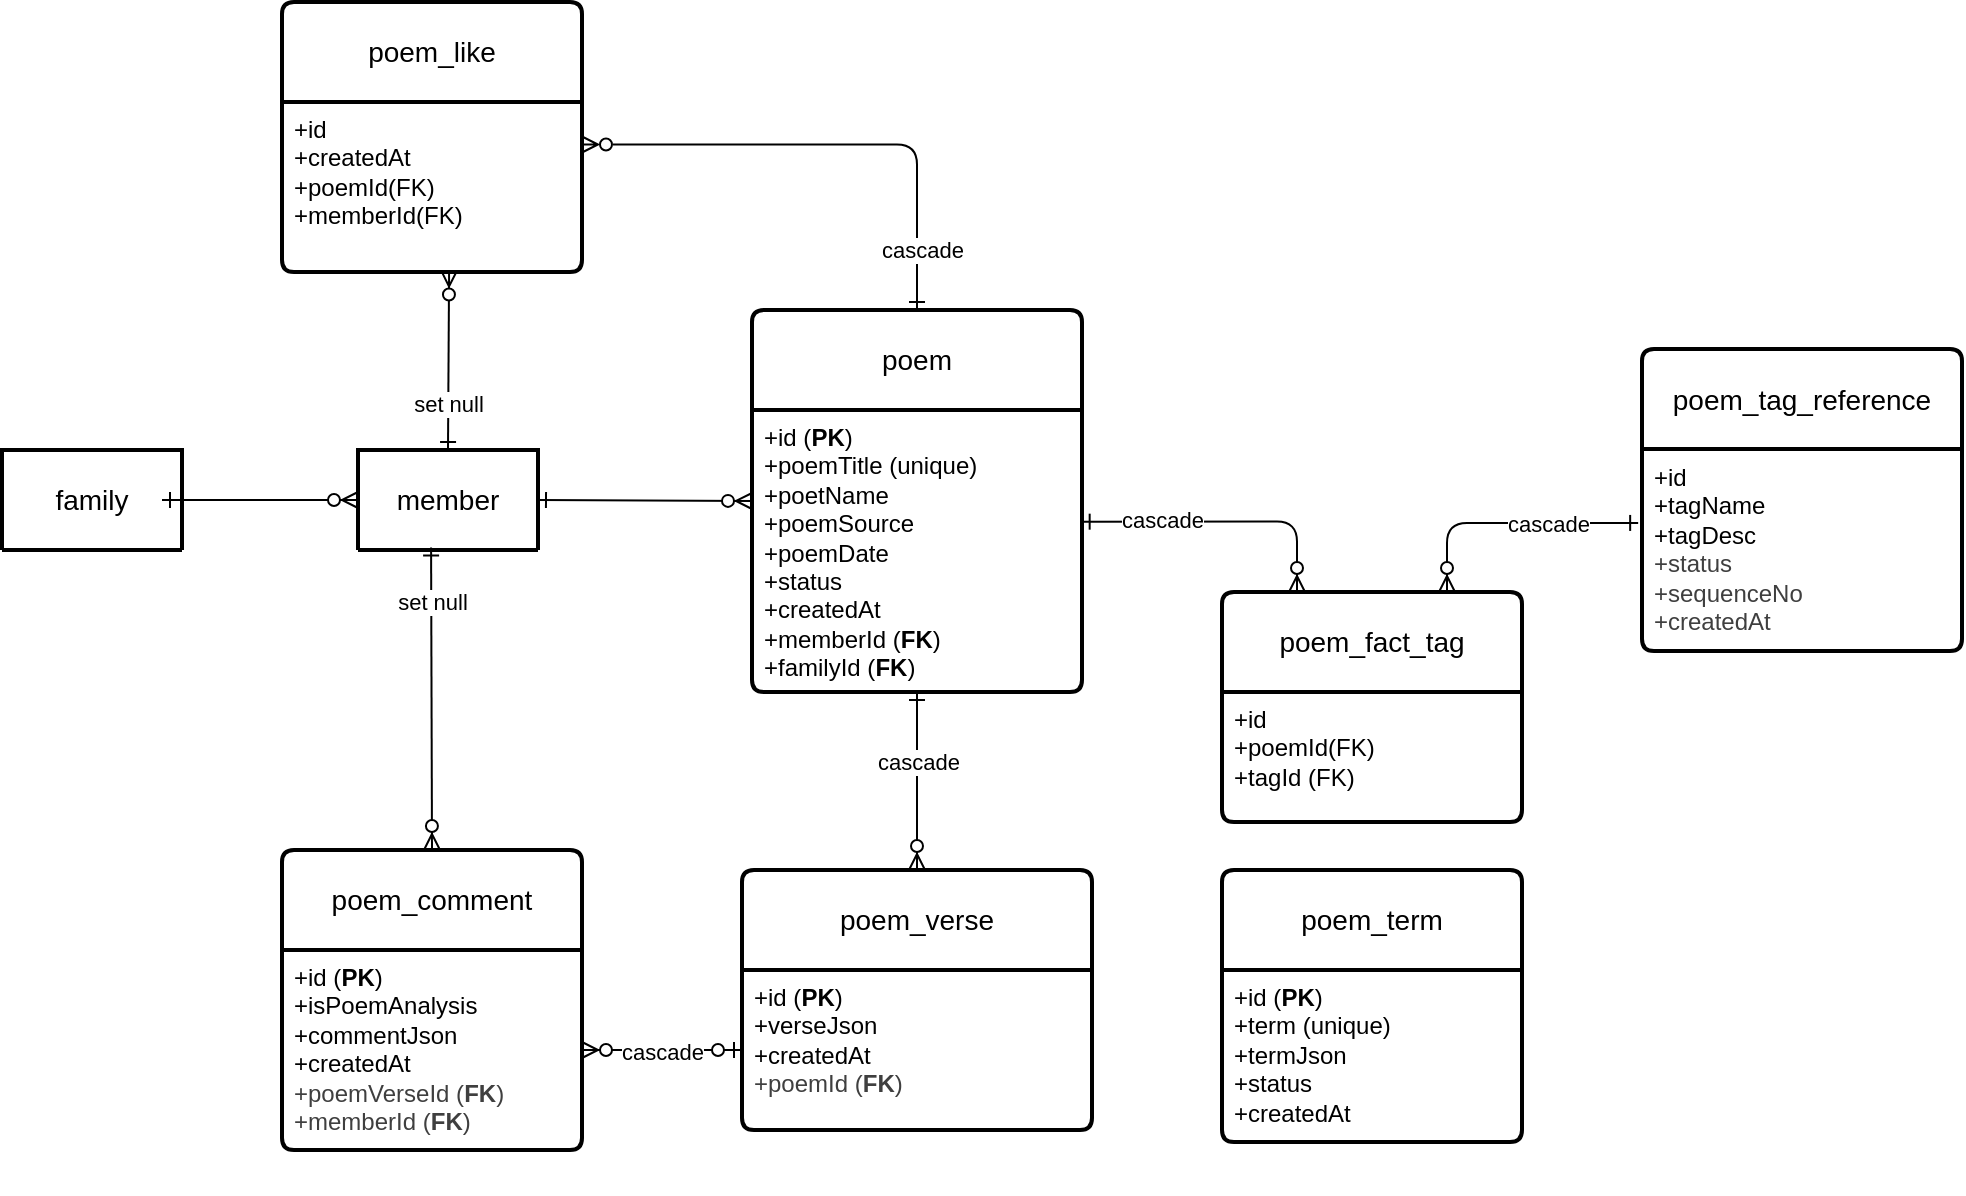
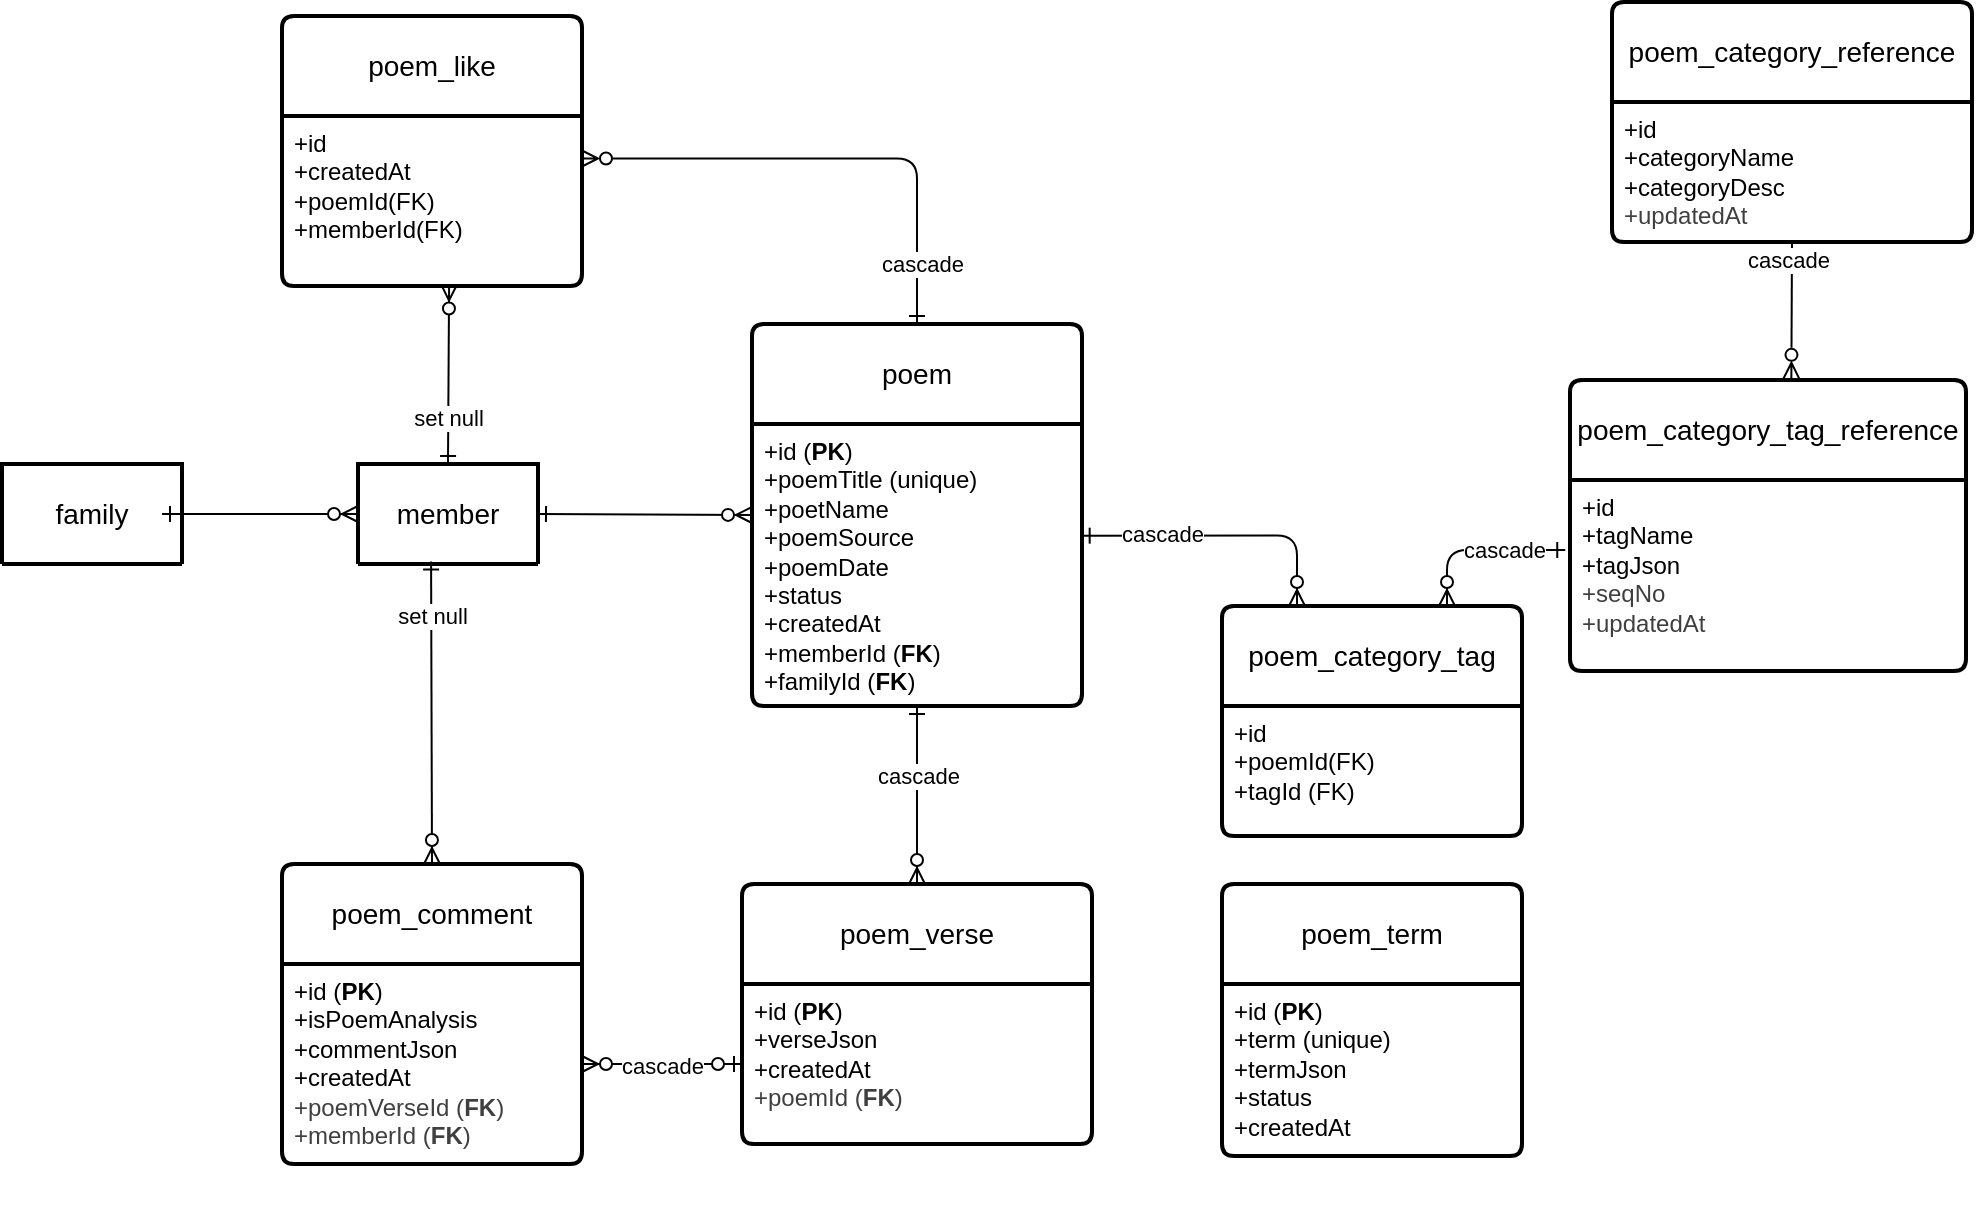
<mxfile host="65bd71144e">
-     <diagram id="bGPJBae8O-h8X3uKYG9N" name="Page-1">
-         <mxGraphModel dx="952" dy="578" grid="1" gridSize="10" guides="1" tooltips="1" connect="1" arrows="1" fold="1" page="1" pageScale="1" pageWidth="1100" pageHeight="850" math="0" shadow="0">
+     <diagram id="bGPJBae8O-h8X3uKYG9N" name="Poetry Cafe Schema">
+         <mxGraphModel dx="906" dy="459" grid="1" gridSize="6" guides="1" tooltips="1" connect="1" arrows="1" fold="1" page="1" pageScale="1" pageWidth="1100" pageHeight="850" math="0" shadow="0">
            <root>
                <mxCell id="0"/>
                <mxCell id="1" parent="0"/>
                <mxCell id="2" value="poem" style="swimlane;childLayout=stackLayout;horizontal=1;startSize=50;horizontalStack=0;rounded=1;fontSize=14;fontStyle=0;strokeWidth=2;resizeParent=0;resizeLast=1;shadow=0;dashed=0;align=center;arcSize=4;whiteSpace=wrap;html=1;" parent="1" vertex="1">
                    <mxGeometry x="475" y="284" width="165" height="191" as="geometry">
                        <mxRectangle x="475" y="280" width="150" height="50" as="alternateBounds"/>
                    </mxGeometry>
                </mxCell>
                <mxCell id="3" value="+id (&lt;b&gt;PK&lt;/b&gt;)&lt;br&gt;&lt;div&gt;+poemTitle (unique)&lt;/div&gt;&lt;div&gt;+poetName&lt;/div&gt;&lt;div&gt;+poemSource&lt;/div&gt;&lt;div&gt;+poemDate&lt;/div&gt;&lt;div&gt;+status&lt;/div&gt;&lt;div&gt;&lt;span style=&quot;color: rgb(0, 0, 0);&quot;&gt;+createdAt&lt;/span&gt;&lt;br style=&quot;color: rgb(63, 63, 63); scrollbar-color: rgb(226, 226, 226) rgb(251, 251, 251);&quot;&gt;&lt;/div&gt;&lt;div&gt;&lt;span style=&quot;color: rgb(0, 0, 0);&quot;&gt;+memberId (&lt;b&gt;FK&lt;/b&gt;)&lt;/span&gt;&lt;/div&gt;&lt;div&gt;&lt;span style=&quot;color: rgb(0, 0, 0);&quot;&gt;+familyId (&lt;b&gt;FK&lt;/b&gt;)&lt;/span&gt;&lt;/div&gt;&lt;div&gt;&lt;span style=&quot;color: rgb(0, 0, 0);&quot;&gt;&lt;br&gt;&lt;/span&gt;&lt;/div&gt;" style="align=left;strokeColor=none;fillColor=none;spacingLeft=4;fontSize=12;verticalAlign=top;resizable=0;rotatable=0;part=1;html=1;" parent="2" vertex="1">
                    <mxGeometry y="50" width="165" height="141" as="geometry"/>
                </mxCell>
                <mxCell id="4" value="member" style="swimlane;childLayout=stackLayout;horizontal=1;startSize=50;horizontalStack=0;rounded=1;fontSize=14;fontStyle=0;strokeWidth=2;resizeParent=0;resizeLast=1;shadow=0;dashed=0;align=center;arcSize=4;whiteSpace=wrap;html=1;" parent="1" vertex="1" collapsed="1">
                    <mxGeometry x="278" y="354" width="90" height="50" as="geometry">
                        <mxRectangle x="290" y="280" width="160" height="120" as="alternateBounds"/>
                    </mxGeometry>
                </mxCell>
                <mxCell id="5" value="+id&lt;br&gt;+status&lt;br&gt;+familyId" style="align=left;strokeColor=none;fillColor=none;spacingLeft=4;fontSize=12;verticalAlign=top;resizable=0;rotatable=0;part=1;html=1;" parent="4" vertex="1">
                    <mxGeometry y="50" width="160" height="70" as="geometry"/>
                </mxCell>
                <mxCell id="6" value="family" style="swimlane;childLayout=stackLayout;horizontal=1;startSize=50;horizontalStack=0;rounded=1;fontSize=14;fontStyle=0;strokeWidth=2;resizeParent=0;resizeLast=1;shadow=0;dashed=0;align=center;arcSize=4;whiteSpace=wrap;html=1;" parent="1" vertex="1" collapsed="1">
                    <mxGeometry x="100" y="354" width="90" height="50" as="geometry">
                        <mxRectangle x="150" y="280" width="160" height="120" as="alternateBounds"/>
                    </mxGeometry>
                </mxCell>
                <mxCell id="7" value="+id&lt;br&gt;+status&lt;br&gt;+name" style="align=left;strokeColor=none;fillColor=none;spacingLeft=4;fontSize=12;verticalAlign=top;resizable=0;rotatable=0;part=1;html=1;" parent="6" vertex="1">
                    <mxGeometry y="50" width="160" height="70" as="geometry"/>
                </mxCell>
                <mxCell id="9" value="" style="fontSize=12;html=1;endArrow=ERzeroToMany;startArrow=ERone;exitX=1;exitY=0.5;exitDx=0;exitDy=0;entryX=0;entryY=0.5;entryDx=0;entryDy=0;startFill=0;" parent="1" source="4" target="2" edge="1">
                    <mxGeometry width="100" height="100" relative="1" as="geometry">
                        <mxPoint x="400" y="320" as="sourcePoint"/>
                        <mxPoint x="500" y="220" as="targetPoint"/>
                    </mxGeometry>
                </mxCell>
                <mxCell id="10" value="" style="fontSize=12;html=1;endArrow=ERzeroToMany;startArrow=ERone;exitX=1;exitY=0.5;exitDx=0;exitDy=0;entryX=0;entryY=0.5;entryDx=0;entryDy=0;startFill=0;" parent="1" target="4" edge="1">
                    <mxGeometry width="100" height="100" relative="1" as="geometry">
                        <mxPoint x="180" y="379" as="sourcePoint"/>
                        <mxPoint x="280" y="304.5" as="targetPoint"/>
                    </mxGeometry>
                </mxCell>
                <mxCell id="11" value="poem_verse" style="swimlane;childLayout=stackLayout;horizontal=1;startSize=50;horizontalStack=0;rounded=1;fontSize=14;fontStyle=0;strokeWidth=2;resizeParent=0;resizeLast=1;shadow=0;dashed=0;align=center;arcSize=4;whiteSpace=wrap;html=1;" parent="1" vertex="1">
                    <mxGeometry x="470" y="564" width="175" height="130" as="geometry">
                        <mxRectangle x="470" y="540" width="150" height="50" as="alternateBounds"/>
                    </mxGeometry>
                </mxCell>
                <mxCell id="12" value="+id (&lt;b&gt;PK&lt;/b&gt;)&lt;br&gt;&lt;div&gt;+verseJson&lt;/div&gt;&lt;div&gt;&lt;span style=&quot;background-color: transparent;&quot;&gt;+createdAt&lt;/span&gt;&lt;/div&gt;&lt;div&gt;&lt;div style=&quot;color: rgb(63, 63, 63); scrollbar-color: rgb(226, 226, 226) rgb(251, 251, 251);&quot;&gt;&lt;span style=&quot;color: rgb(63, 63, 63); scrollbar-color: rgb(226, 226, 226) rgb(251, 251, 251); background-color: transparent;&quot;&gt;+poemId (&lt;b style=&quot;color: rgb(63, 63, 63); scrollbar-color: rgb(226, 226, 226) rgb(251, 251, 251);&quot;&gt;FK&lt;/b&gt;)&lt;/span&gt;&lt;/div&gt;&lt;/div&gt;&lt;div&gt;&lt;span style=&quot;color: rgb(63, 63, 63); scrollbar-color: rgb(226, 226, 226) rgb(251, 251, 251); background-color: transparent;&quot;&gt;&lt;br&gt;&lt;/span&gt;&lt;/div&gt;&lt;div&gt;&lt;span style=&quot;color: rgb(0, 0, 0);&quot;&gt;&lt;br&gt;&lt;/span&gt;&lt;/div&gt;" style="align=left;strokeColor=none;fillColor=none;spacingLeft=4;fontSize=12;verticalAlign=top;resizable=0;rotatable=0;part=1;html=1;" parent="11" vertex="1">
                    <mxGeometry y="50" width="175" height="80" as="geometry"/>
                </mxCell>
                <mxCell id="13" value="" style="fontSize=12;html=1;endArrow=ERzeroToMany;startArrow=ERone;entryX=0.5;entryY=0;entryDx=0;entryDy=0;exitX=0.5;exitY=1;exitDx=0;exitDy=0;startFill=0;" parent="1" source="2" target="11" edge="1">
                    <mxGeometry width="100" height="100" relative="1" as="geometry">
                        <mxPoint x="550" y="340" as="sourcePoint"/>
                        <mxPoint x="550" y="400" as="targetPoint"/>
                    </mxGeometry>
                </mxCell>
                <mxCell id="28" value="cascade" style="edgeLabel;html=1;align=center;verticalAlign=middle;resizable=0;points=[];" parent="13" vertex="1" connectable="0">
                    <mxGeometry x="-0.0337" y="1" relative="1" as="geometry">
                        <mxPoint x="-1" y="-8" as="offset"/>
                    </mxGeometry>
                </mxCell>
                <mxCell id="14" value="poem_comment" style="swimlane;childLayout=stackLayout;horizontal=1;startSize=50;horizontalStack=0;rounded=1;fontSize=14;fontStyle=0;strokeWidth=2;resizeParent=0;resizeLast=1;shadow=0;dashed=0;align=center;arcSize=4;whiteSpace=wrap;html=1;" parent="1" vertex="1">
                    <mxGeometry x="240" y="554" width="150" height="150" as="geometry">
                        <mxRectangle x="470" y="540" width="150" height="50" as="alternateBounds"/>
                    </mxGeometry>
                </mxCell>
                <mxCell id="15" value="+id (&lt;b&gt;PK&lt;/b&gt;)&lt;div&gt;&lt;font color=&quot;#000000&quot;&gt;+isPoemAnalysis&lt;br&gt;&lt;/font&gt;&lt;div&gt;+commentJson&lt;/div&gt;&lt;div style=&quot;color: rgb(63, 63, 63); scrollbar-color: rgb(226, 226, 226) rgb(251, 251, 251);&quot;&gt;&lt;span style=&quot;scrollbar-color: rgb(226, 226, 226) rgb(251, 251, 251); color: rgb(0, 0, 0);&quot;&gt;+createdAt&lt;/span&gt;&lt;br style=&quot;scrollbar-color: rgb(226, 226, 226) rgb(251, 251, 251); color: rgb(63, 63, 63);&quot;&gt;&lt;/div&gt;&lt;div style=&quot;color: rgb(63, 63, 63); scrollbar-color: rgb(226, 226, 226) rgb(251, 251, 251);&quot;&gt;&lt;span style=&quot;background-color: transparent; color: rgb(63, 63, 63);&quot;&gt;+poemVerseId (&lt;b&gt;FK&lt;/b&gt;)&lt;/span&gt;&lt;/div&gt;&lt;div style=&quot;color: rgb(63, 63, 63); scrollbar-color: rgb(226, 226, 226) rgb(251, 251, 251);&quot;&gt;&lt;div style=&quot;color: rgb(63, 63, 63); scrollbar-color: rgb(226, 226, 226) rgb(251, 251, 251);&quot;&gt;&lt;span style=&quot;color: rgb(63, 63, 63); scrollbar-color: rgb(226, 226, 226) rgb(251, 251, 251); background-color: transparent;&quot;&gt;+memberId (&lt;b&gt;FK&lt;/b&gt;)&lt;/span&gt;&lt;/div&gt;&lt;div&gt;&lt;span style=&quot;color: rgb(63, 63, 63); scrollbar-color: rgb(226, 226, 226) rgb(251, 251, 251); background-color: transparent;&quot;&gt;&lt;br&gt;&lt;/span&gt;&lt;/div&gt;&lt;/div&gt;&lt;div&gt;&lt;br&gt;&lt;/div&gt;&lt;/div&gt;" style="align=left;strokeColor=none;fillColor=none;spacingLeft=4;fontSize=12;verticalAlign=top;resizable=0;rotatable=0;part=1;html=1;" parent="14" vertex="1">
                    <mxGeometry y="50" width="150" height="100" as="geometry"/>
                </mxCell>
                <mxCell id="16" value="" style="fontSize=12;html=1;endArrow=ERzeroToMany;startArrow=ERzeroToOne;exitX=0;exitY=0.5;exitDx=0;exitDy=0;" parent="1" source="12" target="15" edge="1">
                    <mxGeometry width="100" height="100" relative="1" as="geometry">
                        <mxPoint x="420" y="770" as="sourcePoint"/>
                        <mxPoint x="530" y="700" as="targetPoint"/>
                    </mxGeometry>
                </mxCell>
                <mxCell id="30" value="cascade" style="edgeLabel;html=1;align=center;verticalAlign=middle;resizable=0;points=[];" parent="16" vertex="1" connectable="0">
                    <mxGeometry x="0.1283" y="1" relative="1" as="geometry">
                        <mxPoint x="5" as="offset"/>
                    </mxGeometry>
                </mxCell>
                <mxCell id="17" value="" style="fontSize=12;html=1;endArrow=ERzeroToMany;startArrow=ERone;entryX=0.5;entryY=0;entryDx=0;entryDy=0;exitX=0.406;exitY=0.975;exitDx=0;exitDy=0;exitPerimeter=0;startFill=0;" parent="1" source="4" target="14" edge="1">
                    <mxGeometry width="100" height="100" relative="1" as="geometry">
                        <mxPoint x="324.5" y="404" as="sourcePoint"/>
                        <mxPoint x="325.5" y="464" as="targetPoint"/>
                    </mxGeometry>
                </mxCell>
                <mxCell id="29" value="set null" style="edgeLabel;html=1;align=center;verticalAlign=middle;resizable=0;points=[];" parent="17" vertex="1" connectable="0">
                    <mxGeometry x="-0.1372" y="1" relative="1" as="geometry">
                        <mxPoint x="-1" y="-38" as="offset"/>
                    </mxGeometry>
                </mxCell>
-                 <mxCell id="18" value="poem_tag_reference" style="swimlane;childLayout=stackLayout;horizontal=1;startSize=50;horizontalStack=0;rounded=1;fontSize=14;fontStyle=0;strokeWidth=2;resizeParent=0;resizeLast=1;shadow=0;dashed=0;align=center;arcSize=4;whiteSpace=wrap;html=1;" parent="1" vertex="1">
-                     <mxGeometry x="920" y="303.5" width="160" height="151" as="geometry"/>
+                 <mxCell id="18" value="poem_category_tag_reference" style="swimlane;childLayout=stackLayout;horizontal=1;startSize=50;horizontalStack=0;rounded=1;fontSize=14;fontStyle=0;strokeWidth=2;resizeParent=0;resizeLast=1;shadow=0;dashed=0;align=center;arcSize=4;whiteSpace=wrap;html=1;" parent="1" vertex="1">
+                     <mxGeometry x="884" y="312" width="198" height="145.5" as="geometry"/>
                </mxCell>
-                 <mxCell id="19" value="&lt;span style=&quot;color: rgb(0, 0, 0);&quot;&gt;+id&lt;/span&gt;&lt;br style=&quot;color: rgb(63, 63, 63); scrollbar-color: rgb(226, 226, 226) rgb(251, 251, 251);&quot;&gt;&lt;span style=&quot;color: rgb(0, 0, 0);&quot;&gt;+tagName&lt;/span&gt;&lt;br style=&quot;color: rgb(63, 63, 63); scrollbar-color: rgb(226, 226, 226) rgb(251, 251, 251);&quot;&gt;&lt;span style=&quot;color: rgb(0, 0, 0);&quot;&gt;+tagDesc&lt;/span&gt;&lt;div style=&quot;color: rgb(63, 63, 63); scrollbar-color: rgb(226, 226, 226) rgb(251, 251, 251);&quot;&gt;&lt;font style=&quot;scrollbar-color: rgb(226, 226, 226) rgb(251, 251, 251);&quot;&gt;+status&lt;/font&gt;&lt;/div&gt;&lt;div style=&quot;color: rgb(63, 63, 63); scrollbar-color: rgb(226, 226, 226) rgb(251, 251, 251);&quot;&gt;&lt;font style=&quot;scrollbar-color: rgb(226, 226, 226) rgb(251, 251, 251);&quot;&gt;+sequenceNo&lt;br style=&quot;color: rgb(63, 63, 63); scrollbar-color: rgb(226, 226, 226) rgb(251, 251, 251);&quot;&gt;&lt;/font&gt;&lt;div style=&quot;color: rgb(63, 63, 63); scrollbar-color: rgb(226, 226, 226) rgb(251, 251, 251);&quot;&gt;+createdAt&lt;/div&gt;&lt;/div&gt;" style="align=left;strokeColor=none;fillColor=none;spacingLeft=4;fontSize=12;verticalAlign=top;resizable=0;rotatable=0;part=1;html=1;" parent="18" vertex="1">
-                     <mxGeometry y="50" width="160" height="101" as="geometry"/>
+                 <mxCell id="19" value="&lt;span style=&quot;color: rgb(0, 0, 0);&quot;&gt;+id&lt;/span&gt;&lt;br style=&quot;color: rgb(63, 63, 63); scrollbar-color: rgb(226, 226, 226) rgb(251, 251, 251);&quot;&gt;&lt;span style=&quot;color: rgb(0, 0, 0);&quot;&gt;+tagName&lt;/span&gt;&lt;br style=&quot;color: rgb(63, 63, 63); scrollbar-color: rgb(226, 226, 226) rgb(251, 251, 251);&quot;&gt;&lt;span style=&quot;color: rgb(0, 0, 0);&quot;&gt;+tagJson&lt;/span&gt;&lt;div style=&quot;color: rgb(63, 63, 63); scrollbar-color: rgb(226, 226, 226) rgb(251, 251, 251);&quot;&gt;&lt;font style=&quot;scrollbar-color: rgb(226, 226, 226) rgb(251, 251, 251);&quot;&gt;+seqNo&lt;br style=&quot;color: rgb(63, 63, 63); scrollbar-color: rgb(226, 226, 226) rgb(251, 251, 251);&quot;&gt;&lt;/font&gt;&lt;div style=&quot;color: rgb(63, 63, 63); scrollbar-color: rgb(226, 226, 226) rgb(251, 251, 251);&quot;&gt;+updatedAt&lt;/div&gt;&lt;/div&gt;" style="align=left;strokeColor=none;fillColor=none;spacingLeft=4;fontSize=12;verticalAlign=top;resizable=0;rotatable=0;part=1;html=1;" parent="18" vertex="1">
+                     <mxGeometry y="50" width="198" height="95.5" as="geometry"/>
                </mxCell>
-                 <mxCell id="20" value="poem_fact_tag" style="swimlane;childLayout=stackLayout;horizontal=1;startSize=50;horizontalStack=0;rounded=1;fontSize=14;fontStyle=0;strokeWidth=2;resizeParent=0;resizeLast=1;shadow=0;dashed=0;align=center;arcSize=4;whiteSpace=wrap;html=1;" parent="1" vertex="1">
+                 <mxCell id="20" value="poem_category_tag" style="swimlane;childLayout=stackLayout;horizontal=1;startSize=50;horizontalStack=0;rounded=1;fontSize=14;fontStyle=0;strokeWidth=2;resizeParent=0;resizeLast=1;shadow=0;dashed=0;align=center;arcSize=4;whiteSpace=wrap;html=1;" parent="1" vertex="1">
                    <mxGeometry x="710" y="425" width="150" height="115" as="geometry"/>
                </mxCell>
                <mxCell id="21" value="+id&lt;br style=&quot;color: rgb(63, 63, 63); scrollbar-color: rgb(226, 226, 226) rgb(251, 251, 251);&quot;&gt;+poemId(FK)&lt;br style=&quot;color: rgb(63, 63, 63); scrollbar-color: rgb(226, 226, 226) rgb(251, 251, 251);&quot;&gt;+tagId (FK)&lt;div style=&quot;color: rgb(63, 63, 63); scrollbar-color: rgb(226, 226, 226) rgb(251, 251, 251);&quot;&gt;&lt;br style=&quot;color: rgb(63, 63, 63); scrollbar-color: rgb(226, 226, 226) rgb(251, 251, 251);&quot;&gt;&lt;/div&gt;" style="align=left;strokeColor=none;fillColor=none;spacingLeft=4;fontSize=12;verticalAlign=top;resizable=0;rotatable=0;part=1;html=1;" parent="20" vertex="1">
                    <mxGeometry y="50" width="150" height="65" as="geometry"/>
                </mxCell>
                <mxCell id="22" value="" style="fontSize=12;html=1;endArrow=ERzeroToMany;startArrow=ERone;exitX=-0.012;exitY=0.366;exitDx=0;exitDy=0;startFill=0;edgeStyle=orthogonalEdgeStyle;exitPerimeter=0;entryX=0.75;entryY=0;entryDx=0;entryDy=0;" parent="1" source="19" target="20" edge="1">
                    <mxGeometry width="100" height="100" relative="1" as="geometry">
                        <mxPoint x="1010" y="500" as="sourcePoint"/>
                        <mxPoint x="910" y="540" as="targetPoint"/>
                    </mxGeometry>
                </mxCell>
                <mxCell id="26" value="cascade" style="edgeLabel;html=1;align=center;verticalAlign=middle;resizable=0;points=[];" parent="22" vertex="1" connectable="0">
                    <mxGeometry x="-0.2993" relative="1" as="geometry">
                        <mxPoint as="offset"/>
                    </mxGeometry>
                </mxCell>
                <mxCell id="23" value="" style="fontSize=12;html=1;endArrow=ERzeroToMany;startArrow=ERone;startFill=0;exitX=0.999;exitY=0.396;exitDx=0;exitDy=0;exitPerimeter=0;edgeStyle=orthogonalEdgeStyle;entryX=0.25;entryY=0;entryDx=0;entryDy=0;" parent="1" source="3" target="20" edge="1">
                    <mxGeometry width="100" height="100" relative="1" as="geometry">
                        <mxPoint x="645" y="391" as="sourcePoint"/>
                        <mxPoint x="750" y="390" as="targetPoint"/>
                    </mxGeometry>
                </mxCell>
                <mxCell id="27" value="cascade" style="edgeLabel;html=1;align=center;verticalAlign=middle;resizable=0;points=[];" parent="23" vertex="1" connectable="0">
                    <mxGeometry x="-0.4446" y="1" relative="1" as="geometry">
                        <mxPoint as="offset"/>
                    </mxGeometry>
                </mxCell>
                <mxCell id="24" value="poem_term" style="swimlane;childLayout=stackLayout;horizontal=1;startSize=50;horizontalStack=0;rounded=1;fontSize=14;fontStyle=0;strokeWidth=2;resizeParent=0;resizeLast=1;shadow=0;dashed=0;align=center;arcSize=4;whiteSpace=wrap;html=1;" parent="1" vertex="1">
                    <mxGeometry x="710" y="564" width="150" height="136" as="geometry">
                        <mxRectangle x="470" y="540" width="150" height="50" as="alternateBounds"/>
                    </mxGeometry>
                </mxCell>
                <mxCell id="25" value="+id (&lt;b&gt;PK&lt;/b&gt;)&lt;div&gt;&lt;font color=&quot;#000000&quot;&gt;+term (unique)&lt;br&gt;&lt;/font&gt;&lt;div&gt;+termJson&lt;/div&gt;&lt;div&gt;+status&lt;/div&gt;&lt;div&gt;&lt;span style=&quot;background-color: transparent;&quot;&gt;+createdAt&lt;/span&gt;&lt;/div&gt;&lt;div&gt;&lt;span style=&quot;color: rgb(63, 63, 63); scrollbar-color: rgb(226, 226, 226) rgb(251, 251, 251); background-color: transparent;&quot;&gt;&lt;br&gt;&lt;/span&gt;&lt;/div&gt;&lt;div&gt;&lt;span style=&quot;color: rgb(0, 0, 0);&quot;&gt;&lt;br&gt;&lt;/span&gt;&lt;/div&gt;&lt;/div&gt;" style="align=left;strokeColor=none;fillColor=none;spacingLeft=4;fontSize=12;verticalAlign=top;resizable=0;rotatable=0;part=1;html=1;" parent="24" vertex="1">
                    <mxGeometry y="50" width="150" height="86" as="geometry"/>
                </mxCell>
                <mxCell id="31" value="poem_like" style="swimlane;childLayout=stackLayout;horizontal=1;startSize=50;horizontalStack=0;rounded=1;fontSize=14;fontStyle=0;strokeWidth=2;resizeParent=0;resizeLast=1;shadow=0;dashed=0;align=center;arcSize=4;whiteSpace=wrap;html=1;" parent="1" vertex="1">
                    <mxGeometry x="240" y="130" width="150" height="135" as="geometry"/>
                </mxCell>
                <mxCell id="32" value="+id&lt;div&gt;&lt;font color=&quot;#000000&quot;&gt;+createdAt&lt;br style=&quot;scrollbar-color: rgb(226, 226, 226) rgb(251, 251, 251); color: rgb(63, 63, 63);&quot;&gt;&lt;/font&gt;+poemId(FK)&lt;br style=&quot;color: rgb(63, 63, 63); scrollbar-color: rgb(226, 226, 226) rgb(251, 251, 251);&quot;&gt;+memberId(FK)&lt;div style=&quot;color: rgb(63, 63, 63); scrollbar-color: rgb(226, 226, 226) rgb(251, 251, 251);&quot;&gt;&lt;br style=&quot;color: rgb(63, 63, 63); scrollbar-color: rgb(226, 226, 226) rgb(251, 251, 251);&quot;&gt;&lt;/div&gt;&lt;/div&gt;" style="align=left;strokeColor=none;fillColor=none;spacingLeft=4;fontSize=12;verticalAlign=top;resizable=0;rotatable=0;part=1;html=1;" parent="31" vertex="1">
                    <mxGeometry y="50" width="150" height="85" as="geometry"/>
                </mxCell>
                <mxCell id="36" value="" style="fontSize=12;html=1;endArrow=ERzeroToMany;startArrow=ERone;startFill=0;endFill=0;entryX=1;entryY=0.25;entryDx=0;entryDy=0;exitX=0.5;exitY=0;exitDx=0;exitDy=0;edgeStyle=orthogonalEdgeStyle;" parent="1" source="2" target="32" edge="1">
                    <mxGeometry width="100" height="100" relative="1" as="geometry">
                        <mxPoint x="650" y="260" as="sourcePoint"/>
                        <mxPoint x="650" y="130" as="targetPoint"/>
                    </mxGeometry>
                </mxCell>
                <mxCell id="39" value="cascade" style="edgeLabel;html=1;align=center;verticalAlign=middle;resizable=0;points=[];" parent="36" vertex="1" connectable="0">
                    <mxGeometry x="-0.7562" y="-2" relative="1" as="geometry">
                        <mxPoint as="offset"/>
                    </mxGeometry>
                </mxCell>
                <mxCell id="37" value="" style="fontSize=12;html=1;endArrow=ERzeroToMany;startArrow=ERone;exitX=0.5;exitY=0;exitDx=0;exitDy=0;startFill=0;entryX=0.557;entryY=0.991;entryDx=0;entryDy=0;entryPerimeter=0;" parent="1" source="4" target="32" edge="1">
                    <mxGeometry width="100" height="100" relative="1" as="geometry">
                        <mxPoint x="314.5" y="332.5" as="sourcePoint"/>
                        <mxPoint x="314.5" y="270" as="targetPoint"/>
                    </mxGeometry>
                </mxCell>
                <mxCell id="38" value="set null" style="edgeLabel;html=1;align=center;verticalAlign=middle;resizable=0;points=[];" parent="37" vertex="1" connectable="0">
                    <mxGeometry x="-0.1372" y="1" relative="1" as="geometry">
                        <mxPoint x="1" y="15" as="offset"/>
                    </mxGeometry>
                </mxCell>
+                 <mxCell id="40" value="poem_category_reference" style="swimlane;childLayout=stackLayout;horizontal=1;startSize=50;horizontalStack=0;rounded=1;fontSize=14;fontStyle=0;strokeWidth=2;resizeParent=0;resizeLast=1;shadow=0;dashed=0;align=center;arcSize=4;whiteSpace=wrap;html=1;" vertex="1" parent="1">
+                     <mxGeometry x="905" y="123" width="180" height="120" as="geometry"/>
+                 </mxCell>
+                 <mxCell id="41" value="&lt;span style=&quot;color: rgb(0, 0, 0);&quot;&gt;+id&lt;/span&gt;&lt;br style=&quot;color: rgb(63, 63, 63); scrollbar-color: rgb(226, 226, 226) rgb(251, 251, 251);&quot;&gt;&lt;span style=&quot;color: rgb(0, 0, 0);&quot;&gt;+categoryName&lt;/span&gt;&lt;br style=&quot;color: rgb(63, 63, 63); scrollbar-color: rgb(226, 226, 226) rgb(251, 251, 251);&quot;&gt;&lt;span style=&quot;color: rgb(0, 0, 0);&quot;&gt;+categoryDesc&lt;/span&gt;&lt;div style=&quot;color: rgb(63, 63, 63); scrollbar-color: rgb(226, 226, 226) rgb(251, 251, 251);&quot;&gt;&lt;div style=&quot;color: rgb(63, 63, 63); scrollbar-color: rgb(226, 226, 226) rgb(251, 251, 251);&quot;&gt;+updatedAt&lt;/div&gt;&lt;/div&gt;" style="align=left;strokeColor=none;fillColor=none;spacingLeft=4;fontSize=12;verticalAlign=top;resizable=0;rotatable=0;part=1;html=1;" vertex="1" parent="40">
+                     <mxGeometry y="50" width="180" height="70" as="geometry"/>
+                 </mxCell>
+                 <mxCell id="42" value="" style="fontSize=12;html=1;endArrow=ERzeroToMany;startArrow=ERone;startFill=0;endFill=0;exitX=0.5;exitY=1;exitDx=0;exitDy=0;entryX=0.559;entryY=-0.004;entryDx=0;entryDy=0;entryPerimeter=0;" edge="1" parent="1" source="41" target="18">
+                     <mxGeometry width="100" height="100" relative="1" as="geometry">
+                         <mxPoint x="989" y="210" as="sourcePoint"/>
+                         <mxPoint x="993" y="306" as="targetPoint"/>
+                     </mxGeometry>
+                 </mxCell>
+                 <mxCell id="43" value="cascade" style="edgeLabel;html=1;align=center;verticalAlign=middle;resizable=0;points=[];" vertex="1" connectable="0" parent="42">
+                     <mxGeometry x="-0.7562" y="-2" relative="1" as="geometry">
+                         <mxPoint as="offset"/>
+                     </mxGeometry>
+                 </mxCell>
            </root>
        </mxGraphModel>
    </diagram>
</mxfile>